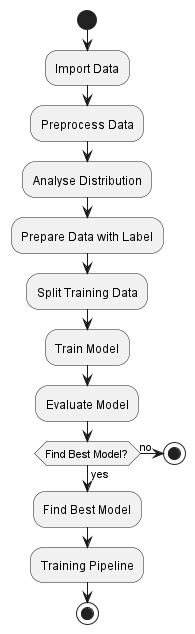
The PlantUML diagram diagrams/flowchart.png in FriederikeWeilbeer/Blog-Author-Classification, before a commit. The source it was exported from:
```plantuml
@startuml
start
:Import Data;
:Preprocess Data;
:Analyse Distribution;
:Prepare Data with Label;
:Split Training Data;
:Train Model;
:Evaluate Model;

if (Find Best Model?) then (yes)
  :Find Best Model;
  :Training Pipeline;
else (no)
  stop
endif

stop
@enduml
```
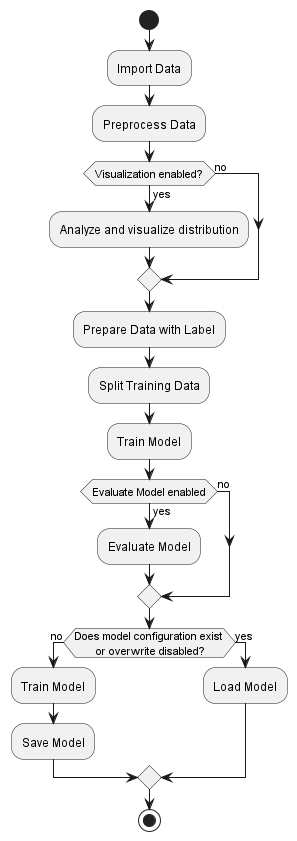
After the commit.

Commit message:
worked on a clas diagram and improved the flowchart

What changed in the source:
```diff
@@ -2,17 +2,23 @@
 start
 :Import Data;
 :Preprocess Data;
-:Analyse Distribution;
+if (Visualization enabled?) then (yes)
+  :Analyze and visualize distribution;
+else (no)
+endif
 :Prepare Data with Label;
 :Split Training Data;
 :Train Model;
-:Evaluate Model;
-
-if (Find Best Model?) then (yes)
-  :Find Best Model;
-  :Training Pipeline;
+if (Evaluate Model enabled) then (yes)
+  :Evaluate Model;
 else (no)
-  stop
+endif
+if (Does model configuration exist
+       or overwrite disabled?) then (no)
+  :Train Model;
+  :Save Model;
+else (yes)
+  :Load Model;
 endif
 
 stop
```
